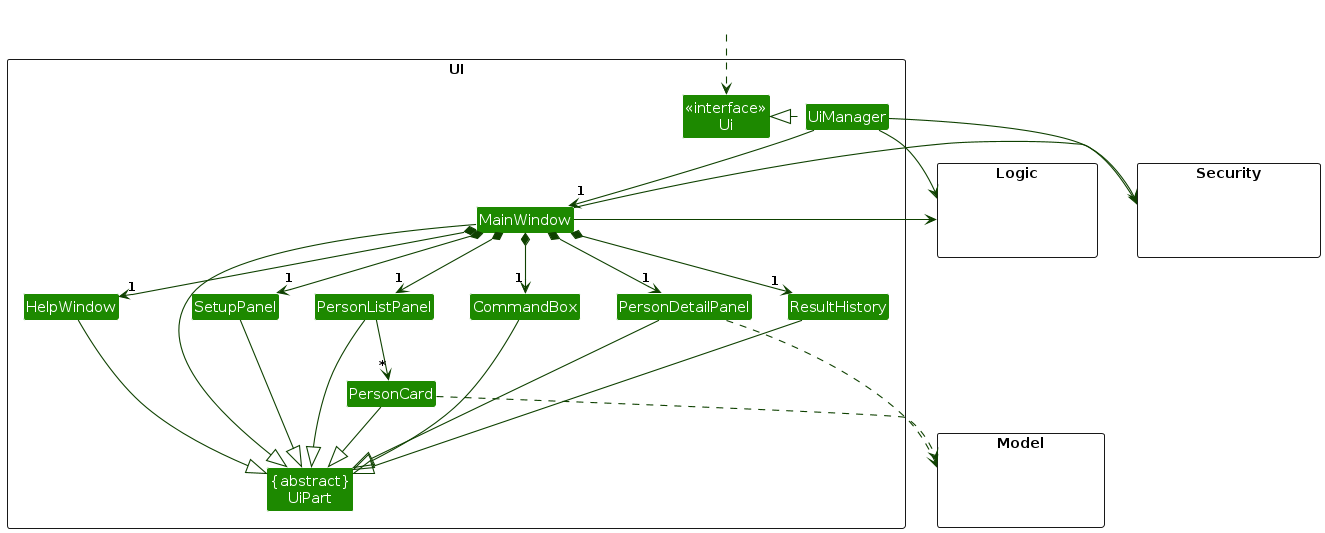
Earlier version of the PlantUML export diagrams/UiClassDiagram.png (AY2526S2-CS2103T-T15-2/tp). Its source is kept beside it as diagrams/UiClassDiagram.puml. Source of this version:
```plantuml
@startuml
!include style.puml
skinparam arrowThickness 1.1
skinparam arrowColor UI_COLOR_T4
skinparam classBackgroundColor UI_COLOR

package UI <<Rectangle>>{
Class "<<interface>>\nUi" as Ui
Class "{abstract}\nUiPart" as UiPart
Class UiManager
Class MainWindow
Class HelpWindow
Class ResultHistory
Class PersonListPanel
Class PersonCard
Class PersonDetailPanel
Class CommandBox
Class SetupPanel
}

package Model <<Rectangle>> {
Class HiddenModel #FFFFFF
}

package Logic <<Rectangle>> {
Class HiddenLogic #FFFFFF
}

package Security <<Rectangle>> {
Class HiddenSecurity #FFFFFF
}

Class HiddenOutside #FFFFFF
HiddenOutside ..> Ui

UiManager .left.|> Ui
UiManager -down-> "1" MainWindow
MainWindow *-down->  "1" CommandBox
MainWindow *-down-> "1" ResultHistory
MainWindow *-down-> "1" PersonListPanel
MainWindow *-down-> "1" PersonDetailPanel
MainWindow *-down-> "1" HelpWindow
MainWindow *-down-> "1" SetupPanel

PersonListPanel -down-> "*" PersonCard

MainWindow -left-|> UiPart

ResultHistory --|> UiPart
CommandBox --|> UiPart
PersonListPanel --|> UiPart
PersonCard --|> UiPart
PersonDetailPanel --|> UiPart
HelpWindow --|> UiPart
SetupPanel --|> UiPart

PersonCard ..> Model
PersonDetailPanel ..> Model
UiManager -right-> Logic
MainWindow -left-> Logic
UiManager -up-> Security
MainWindow -right-> Security

PersonDetailPanel -[hidden]left- PersonListPanel
PersonListPanel -[hidden]left- CommandBox
CommandBox -[hidden]left- ResultHistory
HelpWindow -[hidden]left- PersonDetailPanel
SetupPanel -[hidden]left- HelpWindow

MainWindow -[hidden]-|> UiPart
@enduml
```
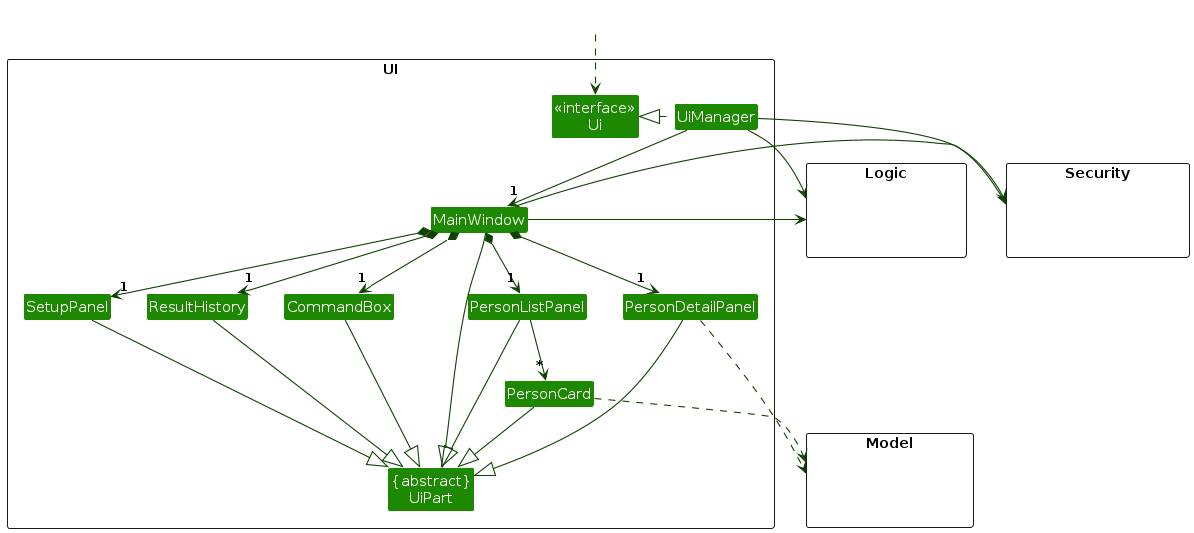
After the change.

The edit, as a diff of the source:
```diff
@@ -9,7 +9,6 @@
 Class "{abstract}\nUiPart" as UiPart
 Class UiManager
 Class MainWindow
-Class HelpWindow
 Class ResultHistory
 Class PersonListPanel
 Class PersonCard
@@ -39,7 +38,6 @@
 MainWindow *-down-> "1" ResultHistory
 MainWindow *-down-> "1" PersonListPanel
 MainWindow *-down-> "1" PersonDetailPanel
-MainWindow *-down-> "1" HelpWindow
 MainWindow *-down-> "1" SetupPanel
 
 PersonListPanel -down-> "*" PersonCard
@@ -51,7 +49,6 @@
 PersonListPanel --|> UiPart
 PersonCard --|> UiPart
 PersonDetailPanel --|> UiPart
-HelpWindow --|> UiPart
 SetupPanel --|> UiPart
 
 PersonCard ..> Model
@@ -64,8 +61,7 @@
 PersonDetailPanel -[hidden]left- PersonListPanel
 PersonListPanel -[hidden]left- CommandBox
 CommandBox -[hidden]left- ResultHistory
-HelpWindow -[hidden]left- PersonDetailPanel
-SetupPanel -[hidden]left- HelpWindow
+ResultHistory -[hidden]left- SetupPanel
 
-MainWindow -[hidden]-|> UiPart
+MainWindow -[hidden]-> UiPart
 @enduml
```
